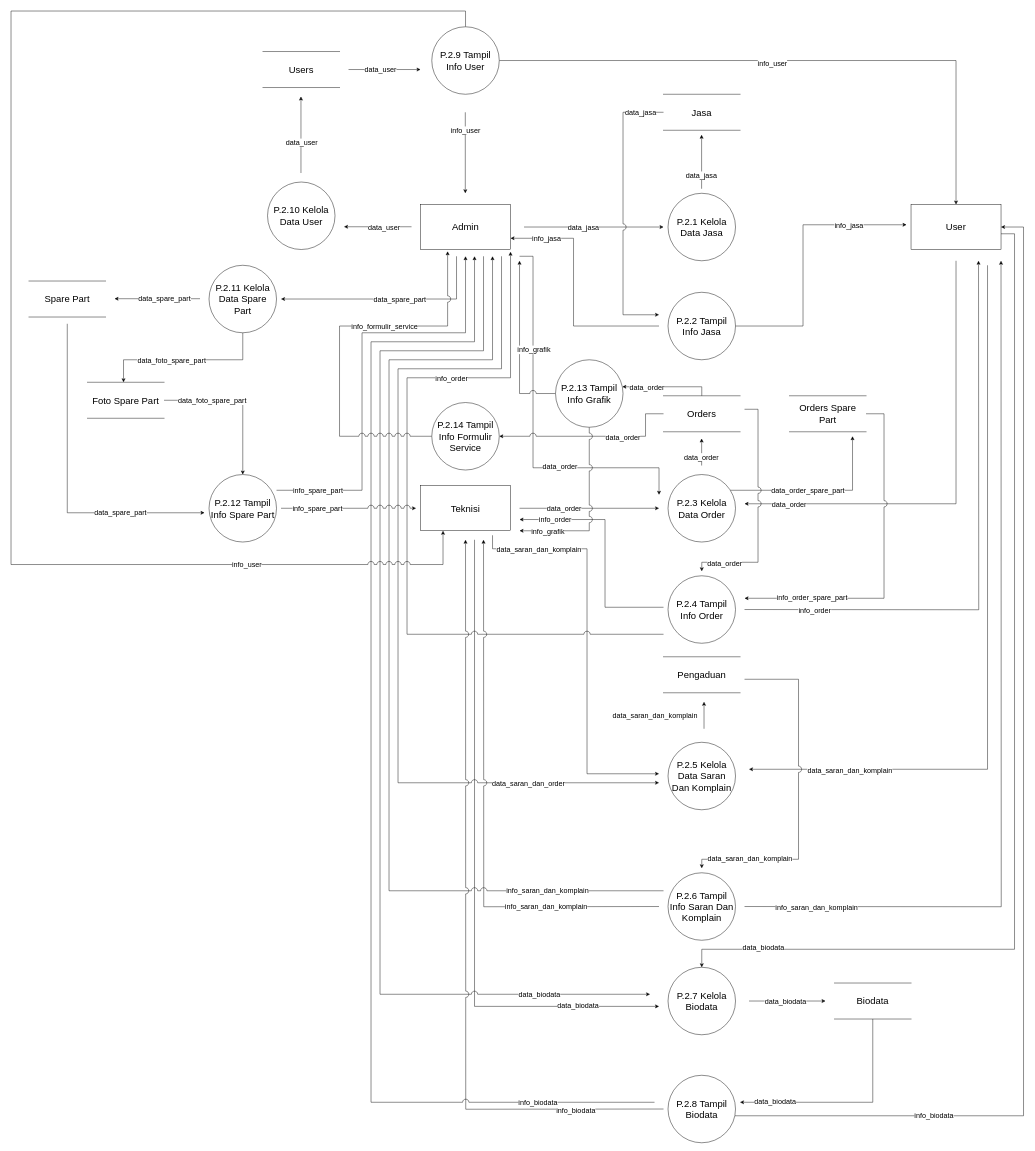
Naveigell/ta2 keeps this draw.io diagram as dfd update/Data Flow Diagram Level 1 (Kelola Data).drawio. Above is the earlier version. Source tidied: cells renumbered, new cells numbered last; positions are measured from the earlier drawing's top-left corner, leaving out a move shared by most shapes. Both pictures are drawn from the tidied source at 45%, with x=0, y=0 at pixel (11, 11).
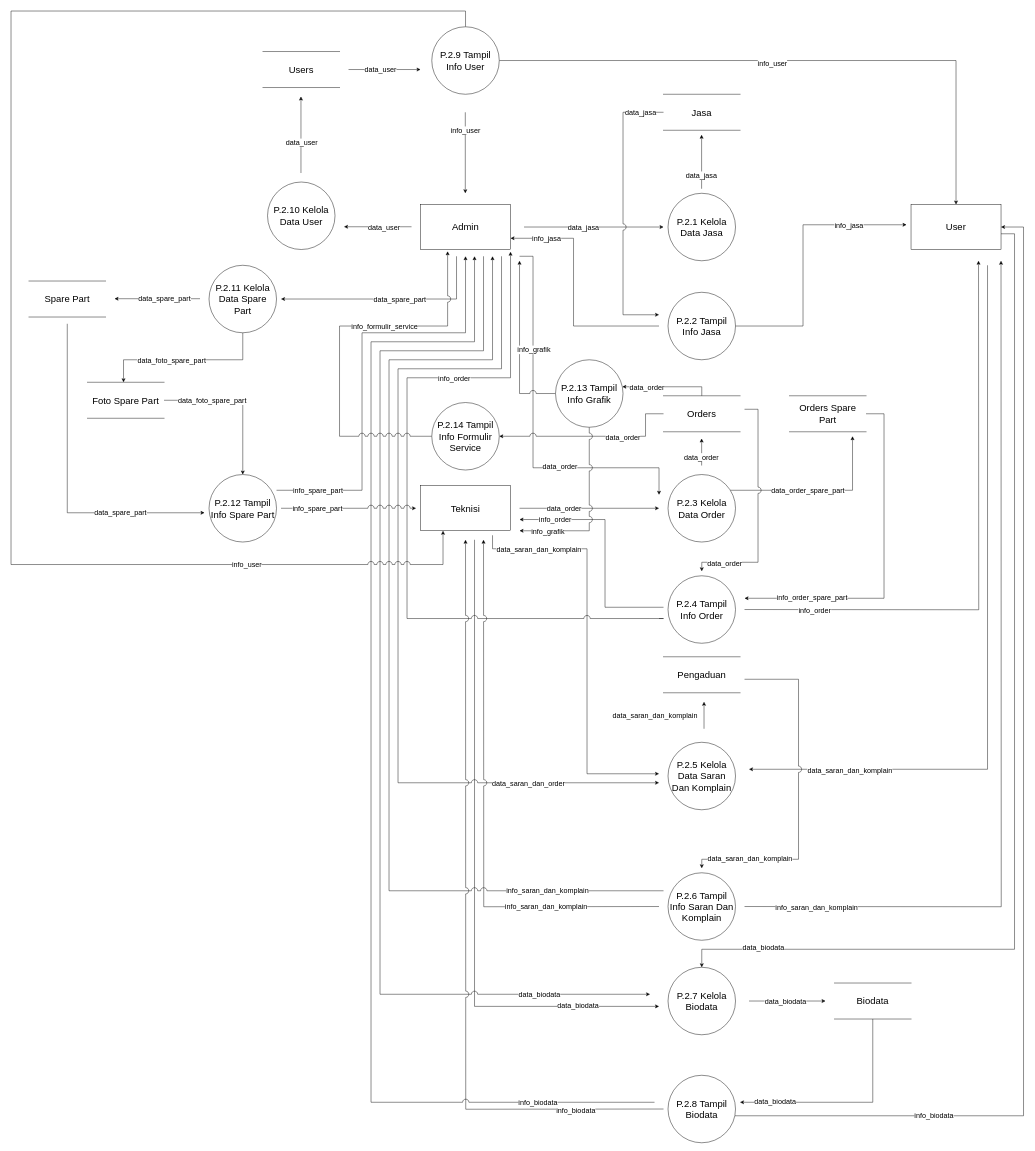
After the change.

The edit, as a diff of the source:
```diff
@@
-    <mxCell id="16" style="edgeStyle=orthogonalEdgeStyle;rounded=0;orthogonalLoop=1;jettySize=auto;html=1;fontSize=16;jumpStyle=arc;jumpSize=14;" parent="1" edge="1">
-      <mxGeometry relative="1" as="geometry">
-        <mxPoint x="2100" y="555" as="sourcePoint" />
-        <mxPoint x="1630" y="1095" as="targetPoint" />
-        <Array as="points">
-          <mxPoint x="2100" y="1095" />
-          <mxPoint x="1640" y="1095" />
-        </Array>
-      </mxGeometry>
-    </mxCell>
-    <mxCell id="17" value="data_order" style="edgeLabel;html=1;align=center;verticalAlign=middle;fontSize=16;" parent="16" vertex="1">
-      <mxGeometry x="0.83" y="3" relative="1" as="geometry">
-        <mxPoint x="12" y="-3" as="offset" />
-      </mxGeometry>
-    </mxCell>
@@
     <mxCell id="52" style="edgeStyle=orthogonalEdgeStyle;rounded=0;orthogonalLoop=1;jettySize=auto;html=1;fontSize=16;jumpStyle=arc;jumpSize=14;" parent="1" edge="1">
       <mxGeometry relative="1" as="geometry">
-        <mxPoint x="1450" y="1385" as="sourcePoint" />
+        <mxPoint x="1440" y="1350" as="sourcePoint" />
         <mxPoint x="1110" y="535" as="targetPoint" />
         <Array as="points">
-          <mxPoint x="880" y="1385" />
+          <mxPoint x="1450" y="1350" />
+          <mxPoint x="880" y="1350" />
           <mxPoint x="880" y="815" />
           <mxPoint x="1110" y="815" />
-          <mxPoint x="1110" y="545" />
         </Array>
       </mxGeometry>
     </mxCell>
```
